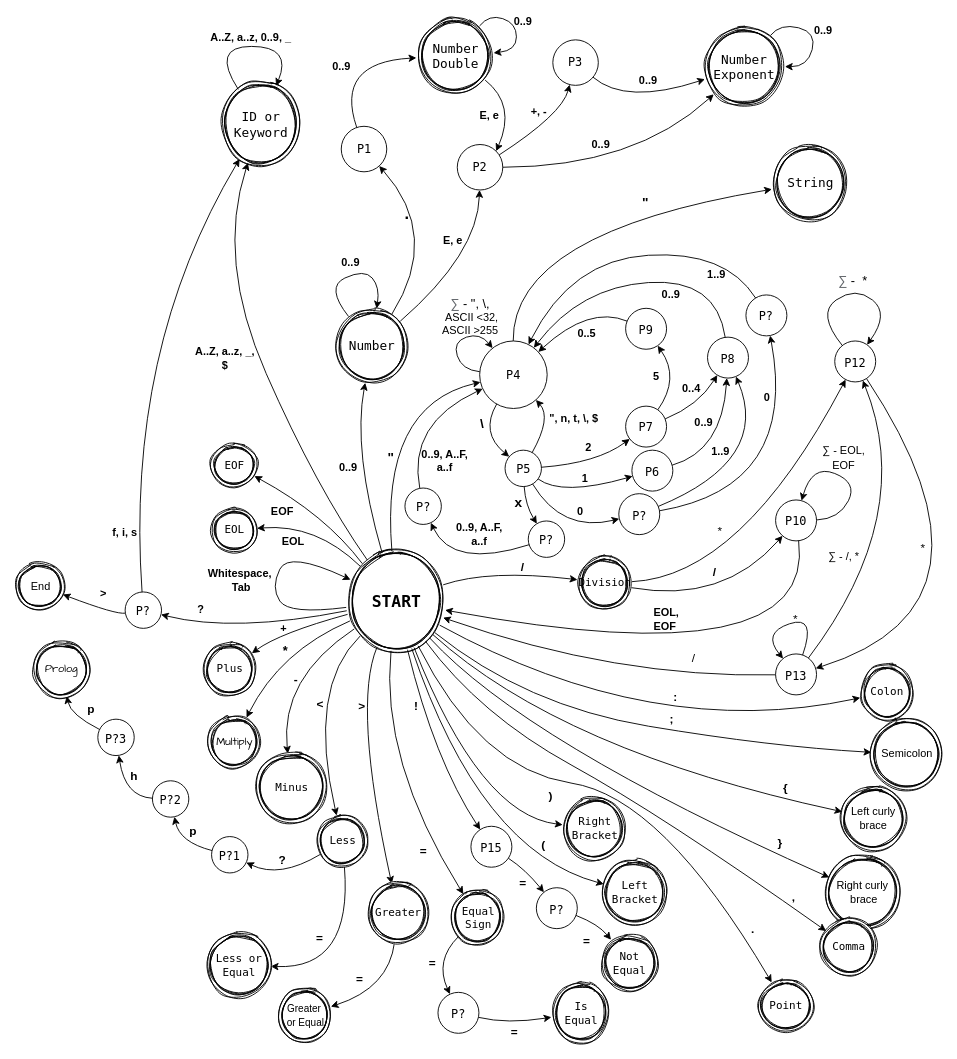
Earlier version of the draw.io diagram finite-state-machine.drawio (VileDeg/ifj22). Source tidied: cells renumbered, new cells numbered last; positions are measured from the earlier drawing's top-left corner, leaving out a move shared by most shapes. Both pictures are drawn from the tidied source at 91%, with x=0, y=0 at pixel (15, 14).
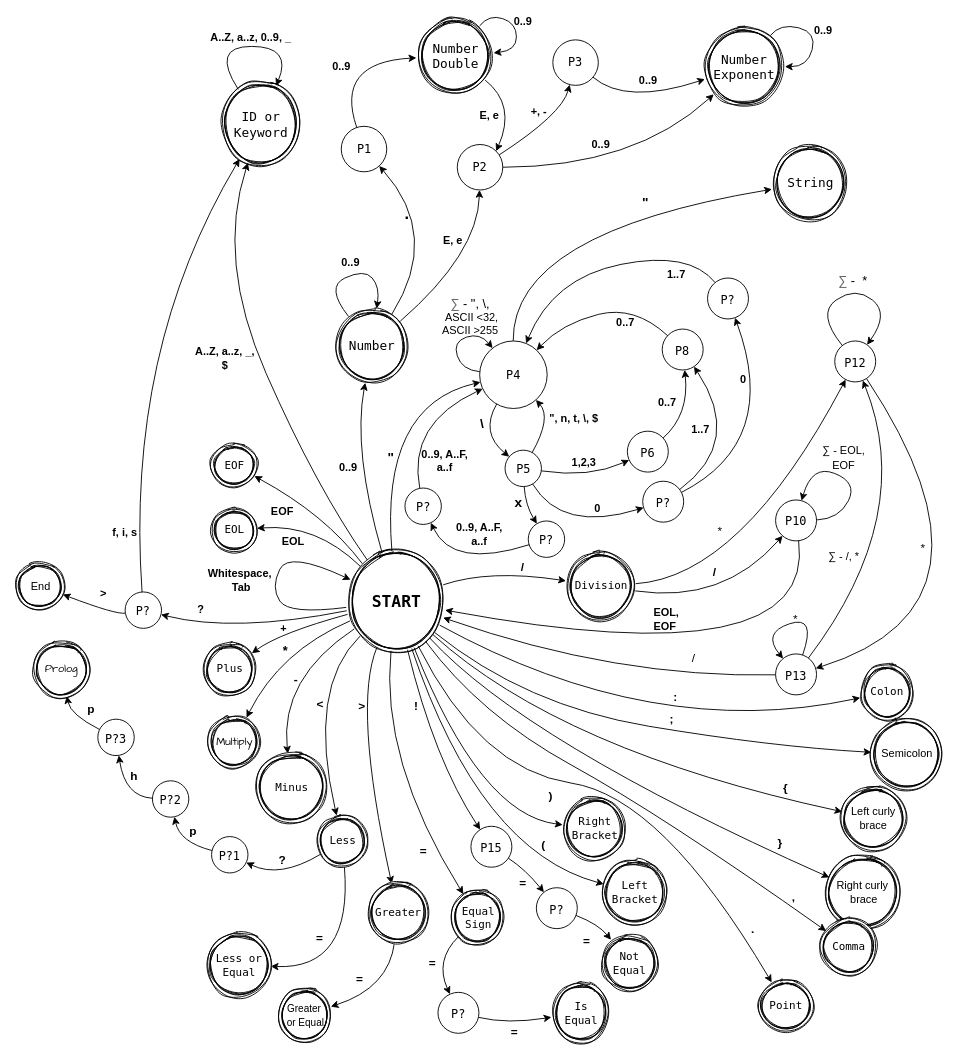
After the change.

The change refers to these unchanged cells:
```xml
<mxCell id="31" value="&lt;font style=&quot;font-size: 13px&quot; face=&quot;Lucida Console&quot;&gt;P4&lt;/font&gt;" style="ellipse;whiteSpace=wrap;html=1;fontSize=18;" parent="1" vertex="1">
  <mxGeometry x="509.6" y="359.2" width="74.2" height="74.2" as="geometry" />
</mxCell>
<mxCell id="37" value="&lt;font style=&quot;font-size: 13px&quot; face=&quot;Lucida Console&quot;&gt;P5&lt;/font&gt;" style="ellipse;whiteSpace=wrap;html=1;fontSize=18;" parent="1" vertex="1">
  <mxGeometry x="537.5" y="479.2" width="40" height="40" as="geometry" />
</mxCell>
```

Change to the diagram source:
```diff
@@
     <mxCell id="40" value="&lt;font style=&quot;font-size: 13px&quot; face=&quot;Lucida Console&quot;&gt;P6&lt;/font&gt;" style="ellipse;whiteSpace=wrap;html=1;fontSize=18;" parent="1" vertex="1">
-      <mxGeometry x="676.9" y="479.2" width="45" height="45" as="geometry" />
+      <mxGeometry x="671.9" y="458.3" width="45" height="45" as="geometry" />
     </mxCell>
     <mxCell id="41" style="curved=1;endArrow=classic;html=1;rounded=0;fontSize=15;" parent="1" edge="1" source="37" target="40">
       <mxGeometry relative="1" as="geometry">
         <Array as="points">
-          <mxPoint x="600" y="530" />
+          <mxPoint x="630" y="510" />
         </Array>
       </mxGeometry>
     </mxCell>
-    <mxCell id="42" value="&lt;b&gt;1&lt;/b&gt;" style="text;html=1;strokeColor=none;fillColor=none;align=center;verticalAlign=middle;whiteSpace=wrap;rounded=0;sketch=1;" parent="1" vertex="1">
-      <mxGeometry x="609.4" y="500.8" width="32.5" height="20" as="geometry" />
+    <mxCell id="42" value="&lt;b&gt;1,2,3&lt;/b&gt;" style="text;html=1;strokeColor=none;fillColor=none;align=center;verticalAlign=middle;whiteSpace=wrap;rounded=0;sketch=1;" parent="1" vertex="1">
+      <mxGeometry x="607.5" y="483.3" width="32.5" height="20" as="geometry" />
     </mxCell>
-    <mxCell id="43" value="&lt;font style=&quot;font-size: 13px&quot; face=&quot;Lucida Console&quot;&gt;P7&lt;/font&gt;" style="ellipse;whiteSpace=wrap;html=1;fontSize=18;" parent="1" vertex="1">
-      <mxGeometry x="670" y="430.8" width="45" height="45" as="geometry" />
-    </mxCell>
-    <mxCell id="44" style="curved=1;endArrow=classic;html=1;rounded=0;fontSize=15;" parent="1" edge="1" source="37" target="43">
-      <mxGeometry relative="1" as="geometry">
-        <Array as="points">
-          <mxPoint x="638.8" y="493.3" />
-        </Array>
-      </mxGeometry>
-    </mxCell>
-    <mxCell id="45" value="&lt;b&gt;2&lt;/b&gt;" style="text;html=1;strokeColor=none;fillColor=none;align=center;verticalAlign=middle;whiteSpace=wrap;rounded=0;sketch=1;" parent="1" vertex="1">
-      <mxGeometry x="616.9" y="462.5" width="25" height="28.3" as="geometry" />
-    </mxCell>
     <mxCell id="46" value="&lt;font style=&quot;font-size: 13px&quot; face=&quot;Lucida Console&quot;&gt;P8&lt;/font&gt;" style="ellipse;whiteSpace=wrap;html=1;fontSize=18;" parent="1" vertex="1">
-      <mxGeometry x="760" y="355" width="45" height="45" as="geometry" />
+      <mxGeometry x="710.2" y="346.1" width="45" height="45" as="geometry" />
     </mxCell>
-    <mxCell id="47" value="&lt;font style=&quot;font-size: 13px&quot; face=&quot;Lucida Console&quot;&gt;P9&lt;/font&gt;" style="ellipse;whiteSpace=wrap;html=1;fontSize=18;" parent="1" vertex="1">
-      <mxGeometry x="670" y="323.3" width="45" height="45" as="geometry" />
-    </mxCell>
-    <mxCell id="48" style="curved=1;endArrow=classic;html=1;rounded=0;fontSize=15;" parent="1" edge="1" source="43" target="47">
-      <mxGeometry relative="1" as="geometry">
-        <Array as="points">
-          <mxPoint x="730" y="400" />
-        </Array>
-      </mxGeometry>
-    </mxCell>
-    <mxCell id="49" value="&lt;b&gt;5&lt;/b&gt;" style="text;html=1;strokeColor=none;fillColor=none;align=center;verticalAlign=middle;whiteSpace=wrap;rounded=0;sketch=1;" parent="1" vertex="1">
-      <mxGeometry x="691.2" y="385.4" width="26.2" height="26.7" as="geometry" />
-    </mxCell>
-    <mxCell id="50" style="curved=1;endArrow=classic;html=1;rounded=0;fontSize=15;" parent="1" edge="1" source="47" target="31">
-      <mxGeometry relative="1" as="geometry">
-        <Array as="points">
-          <mxPoint x="630" y="320" />
-        </Array>
-      </mxGeometry>
-    </mxCell>
     <mxCell id="51" style="curved=1;endArrow=classic;html=1;rounded=0;fontSize=15;" parent="1" edge="1" source="40" target="46">
       <mxGeometry relative="1" as="geometry">
         <Array as="points">
-          <mxPoint x="776" y="480" />
+          <mxPoint x="740" y="440" />
         </Array>
       </mxGeometry>
     </mxCell>
-    <mxCell id="52" value="&lt;b&gt;0..9&lt;/b&gt;" style="text;html=1;strokeColor=none;fillColor=none;align=center;verticalAlign=middle;whiteSpace=wrap;rounded=0;sketch=1;" parent="1" vertex="1">
-      <mxGeometry x="731.1" y="434.2" width="50" height="30" as="geometry" />
+    <mxCell id="52" value="&lt;b&gt;0..7&lt;br&gt;&lt;/b&gt;" style="text;html=1;strokeColor=none;fillColor=none;align=center;verticalAlign=middle;whiteSpace=wrap;rounded=0;sketch=1;" parent="1" vertex="1">
+      <mxGeometry x="690.6" y="412.1" width="50" height="30" as="geometry" />
     </mxCell>
     <mxCell id="53" style="curved=1;endArrow=classic;html=1;rounded=0;fontSize=15;" parent="1" edge="1" source="46" target="31">
       <mxGeometry relative="1" as="geometry">
         <Array as="points">
-          <mxPoint x="770" y="290" />
-          <mxPoint x="620" y="300" />
+          <mxPoint x="680" y="320" />
+          <mxPoint x="600" y="340" />
         </Array>
       </mxGeometry>
     </mxCell>
-    <mxCell id="54" value="&lt;b&gt;0..9&lt;/b&gt;" style="text;html=1;strokeColor=none;fillColor=none;align=center;verticalAlign=middle;whiteSpace=wrap;rounded=0;sketch=1;" parent="1" vertex="1">
-      <mxGeometry x="694.8" y="293.3" width="50" height="30" as="geometry" />
+    <mxCell id="54" value="&lt;b&gt;0..7&lt;br&gt;&lt;/b&gt;" style="text;html=1;strokeColor=none;fillColor=none;align=center;verticalAlign=middle;whiteSpace=wrap;rounded=0;sketch=1;" parent="1" vertex="1">
+      <mxGeometry x="645" y="323.6" width="50" height="30" as="geometry" />
     </mxCell>
-    <mxCell id="55" value="&lt;b&gt;0..5&lt;/b&gt;" style="text;html=1;strokeColor=none;fillColor=none;align=center;verticalAlign=middle;whiteSpace=wrap;rounded=0;sketch=1;" parent="1" vertex="1">
-      <mxGeometry x="600.6" y="335.8" width="52.5" height="30" as="geometry" />
-    </mxCell>
@@
     <mxCell id="63" value="&lt;font style=&quot;font-size: 12px&quot; face=&quot;Lucida Console&quot;&gt;Division&lt;/font&gt;" style="ellipse;shape=doubleEllipse;html=1;dashed=0;whitespace=wrap;sketch=1;strokeColor=#000000;" parent="1" vertex="1">
-      <mxGeometry x="616.9" y="595.1" width="60" height="60" as="geometry" />
+      <mxGeometry x="604.1" y="590" width="76.9" height="76.9" as="geometry" />
     </mxCell>
@@
-    <mxCell id="138" style="curved=1;endArrow=classic;html=1;rounded=0;fontSize=15;" parent="1" edge="1" source="43" target="46">
-      <mxGeometry relative="1" as="geometry">
-        <Array as="points">
-          <mxPoint x="750" y="430" />
-        </Array>
-      </mxGeometry>
-    </mxCell>
-    <mxCell id="139" value="&lt;b&gt;0..4&lt;/b&gt;" style="text;html=1;strokeColor=none;fillColor=none;align=center;verticalAlign=middle;whiteSpace=wrap;rounded=0;sketch=1;" parent="1" vertex="1">
-      <mxGeometry x="733.8" y="407.1" width="16.6" height="10" as="geometry" />
-    </mxCell>
@@
     <mxCell id="170" value="&lt;font style=&quot;font-size: 13px&quot; face=&quot;Lucida Console&quot;&gt;P?&lt;/font&gt;" style="ellipse;whiteSpace=wrap;html=1;fontSize=18;" parent="1" vertex="1">
-      <mxGeometry x="662.5" y="527" width="45" height="45" as="geometry" />
+      <mxGeometry x="688.8" y="513.3" width="45" height="45" as="geometry" />
     </mxCell>
@@
     <mxCell id="172" value="&lt;b&gt;0&lt;/b&gt;" style="text;html=1;strokeColor=none;fillColor=none;align=center;verticalAlign=middle;whiteSpace=wrap;rounded=0;sketch=1;" parent="1" vertex="1">
-      <mxGeometry x="604.4" y="537" width="32.5" height="20" as="geometry" />
+      <mxGeometry x="622.5" y="533.9" width="32.5" height="20" as="geometry" />
     </mxCell>
     <mxCell id="173" style="curved=1;endArrow=classic;html=1;rounded=0;fontSize=15;" parent="1" edge="1" source="170" target="46">
       <mxGeometry relative="1" as="geometry">
         <Array as="points">
-          <mxPoint x="830" y="490" />
+          <mxPoint x="800" y="470" />
         </Array>
       </mxGeometry>
     </mxCell>
-    <mxCell id="174" value="&lt;b&gt;1..9&lt;/b&gt;" style="text;html=1;strokeColor=none;fillColor=none;align=center;verticalAlign=middle;whiteSpace=wrap;rounded=0;sketch=1;" parent="1" vertex="1">
-      <mxGeometry x="757.5" y="470.8" width="32.5" height="20" as="geometry" />
+    <mxCell id="174" value="&lt;b&gt;1..7&lt;/b&gt;" style="text;html=1;strokeColor=none;fillColor=none;align=center;verticalAlign=middle;whiteSpace=wrap;rounded=0;sketch=1;" parent="1" vertex="1">
+      <mxGeometry x="736.2" y="447.3" width="32.5" height="20" as="geometry" />
     </mxCell>
     <mxCell id="175" value="&lt;font style=&quot;font-size: 13px&quot; face=&quot;Lucida Console&quot;&gt;P?&lt;/font&gt;" style="ellipse;whiteSpace=wrap;html=1;fontSize=18;" parent="1" vertex="1">
-      <mxGeometry x="802.2" y="308.6" width="45" height="45" as="geometry" />
+      <mxGeometry x="760" y="290" width="45" height="45" as="geometry" />
     </mxCell>
     <mxCell id="176" style="curved=1;endArrow=classic;html=1;rounded=0;fontSize=15;" parent="1" edge="1" source="170" target="175">
       <mxGeometry relative="1" as="geometry">
         <Array as="points">
-          <mxPoint x="860" y="520" />
+          <mxPoint x="840" y="470" />
         </Array>
       </mxGeometry>
     </mxCell>
     <mxCell id="177" value="&lt;b&gt;0&lt;/b&gt;" style="text;html=1;strokeColor=none;fillColor=none;align=center;verticalAlign=middle;whiteSpace=wrap;rounded=0;sketch=1;" parent="1" vertex="1">
-      <mxGeometry x="808.5" y="412.1" width="32.5" height="20" as="geometry" />
+      <mxGeometry x="783.2" y="392.1" width="32.5" height="20" as="geometry" />
     </mxCell>
     <mxCell id="178" style="curved=1;endArrow=classic;html=1;rounded=0;fontSize=15;" parent="1" edge="1" source="175" target="31">
       <mxGeometry relative="1" as="geometry">
         <Array as="points">
-          <mxPoint x="780" y="260" />
-          <mxPoint x="610" y="270" />
+          <mxPoint x="740" y="260" />
+          <mxPoint x="590" y="290" />
         </Array>
       </mxGeometry>
     </mxCell>
-    <mxCell id="179" value="&lt;b&gt;1..9&lt;/b&gt;" style="text;html=1;strokeColor=none;fillColor=none;align=center;verticalAlign=middle;whiteSpace=wrap;rounded=0;sketch=1;" parent="1" vertex="1">
-      <mxGeometry x="744.8" y="270.9" width="50" height="30" as="geometry" />
+    <mxCell id="179" value="&lt;b&gt;1..7&lt;/b&gt;" style="text;html=1;strokeColor=none;fillColor=none;align=center;verticalAlign=middle;whiteSpace=wrap;rounded=0;sketch=1;" parent="1" vertex="1">
+      <mxGeometry x="700.6" y="271.1" width="50" height="30" as="geometry" />
     </mxCell>
```
